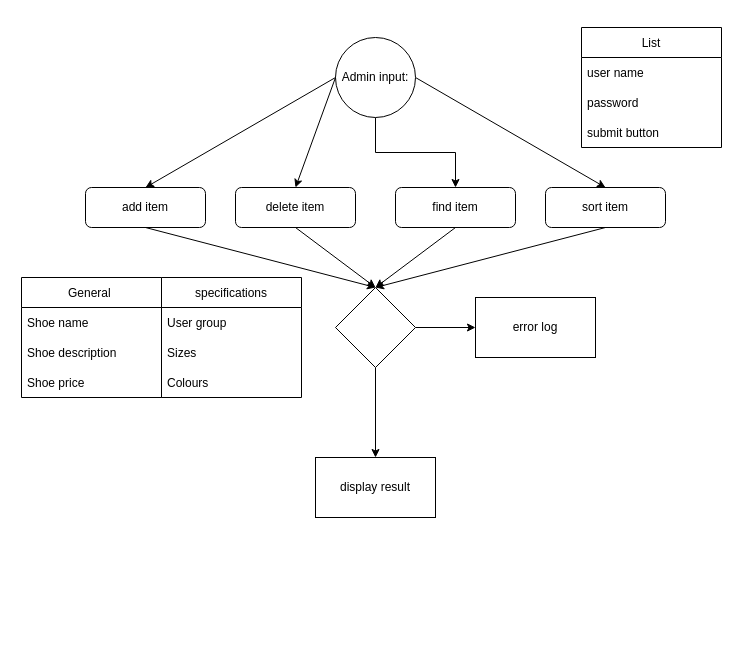
Earlier version of the draw.io diagram page "Page-1" (1 of 2) of SportyShoes - Flow chart.drawio (vishnugautam/Sporty-Shoes). Source tidied: cells renumbered, new cells numbered last; positions are measured from the earlier drawing's top-left corner, leaving out a move shared by most shapes. Both pictures are drawn from the tidied source at 100%, with x=0, y=0 at pixel (21, 27).
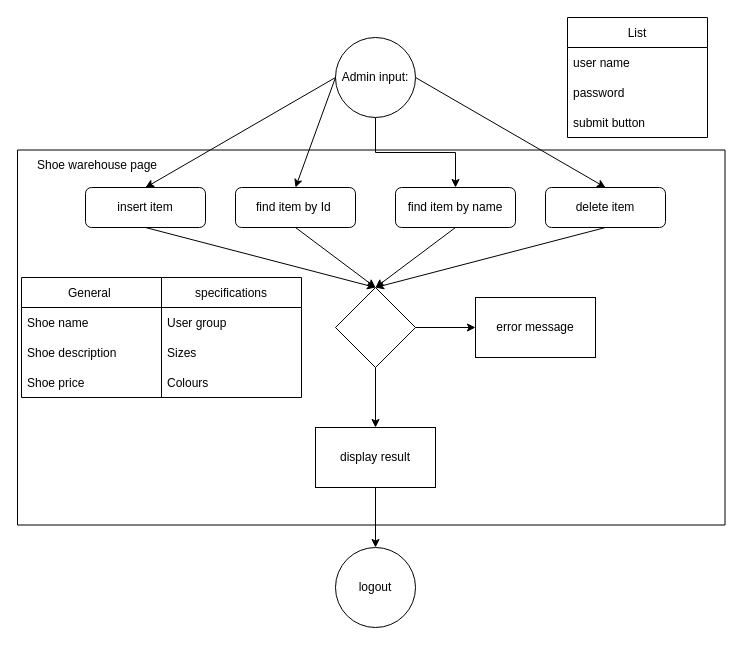
After the change.

Commit message (it also covers changes not shown here):
reworked on the flowchart

Change to the diagram source:
```diff
@@
+    <mxCell id="32" style="swimlane;startSize=0;" parent="1" vertex="1">
+      <mxGeometry x="-4" y="122.5" width="707.5" height="375" as="geometry" />
+    </mxCell>
+    <mxCell id="33" value="Shoe warehouse page" style="text;html=1;strokeColor=none;fillColor=none;align=center;verticalAlign=middle;whiteSpace=wrap;rounded=0;" parent="32" vertex="1">
+      <mxGeometry x="10" width="140" height="30" as="geometry" />
+    </mxCell>
+    <mxCell id="28" value="&amp;nbsp;display result&amp;nbsp;" style="whiteSpace=wrap;html=1;" parent="32" vertex="1">
+      <mxGeometry x="298" y="277.5" width="120" height="60" as="geometry" />
+    </mxCell>
@@
-    <mxCell id="3" value="add item" style="rounded=1;whiteSpace=wrap;html=1;fontSize=12;glass=0;strokeWidth=1;shadow=0;" parent="1" vertex="1">
+    <mxCell id="3" value="insert item" style="rounded=1;whiteSpace=wrap;html=1;fontSize=12;glass=0;strokeWidth=1;shadow=0;" parent="1" vertex="1">
       <mxGeometry x="64" y="160" width="120" height="40" as="geometry" />
     </mxCell>
@@
     <mxCell id="6" value="List" style="swimlane;fontStyle=0;horizontal=1;startSize=30;" parent="1" vertex="1">
-      <mxGeometry x="560" width="140" height="120" as="geometry" />
+      <mxGeometry x="546" y="-10" width="140" height="120" as="geometry" />
     </mxCell>
@@
-    <mxCell id="21" value="delete item" style="rounded=1;whiteSpace=wrap;html=1;fontSize=12;glass=0;strokeWidth=1;shadow=0;" parent="1" vertex="1">
+    <mxCell id="21" value="find item by Id&amp;nbsp;" style="rounded=1;whiteSpace=wrap;html=1;fontSize=12;glass=0;strokeWidth=1;shadow=0;" parent="1" vertex="1">
       <mxGeometry x="214" y="160" width="120" height="40" as="geometry" />
     </mxCell>
-    <mxCell id="22" value="find item" style="rounded=1;whiteSpace=wrap;html=1;fontSize=12;glass=0;strokeWidth=1;shadow=0;" parent="1" vertex="1">
+    <mxCell id="22" value="find item by name" style="rounded=1;whiteSpace=wrap;html=1;fontSize=12;glass=0;strokeWidth=1;shadow=0;" parent="1" vertex="1">
       <mxGeometry x="374" y="160" width="120" height="40" as="geometry" />
     </mxCell>
-    <mxCell id="23" value="sort item" style="rounded=1;whiteSpace=wrap;html=1;fontSize=12;glass=0;strokeWidth=1;shadow=0;" parent="1" vertex="1">
+    <mxCell id="23" value="delete item" style="rounded=1;whiteSpace=wrap;html=1;fontSize=12;glass=0;strokeWidth=1;shadow=0;" parent="1" vertex="1">
       <mxGeometry x="524" y="160" width="120" height="40" as="geometry" />
     </mxCell>
@@
-    <mxCell id="28" value="&amp;nbsp;display result&amp;nbsp;" style="whiteSpace=wrap;html=1;" parent="1" vertex="1">
-      <mxGeometry x="294" y="430" width="120" height="60" as="geometry" />
-    </mxCell>
-    <mxCell id="29" value="error log" style="whiteSpace=wrap;html=1;" parent="1" vertex="1">
+    <mxCell id="29" value="error message" style="whiteSpace=wrap;html=1;" parent="1" vertex="1">
       <mxGeometry x="454" y="270" width="120" height="60" as="geometry" />
     </mxCell>
@@
+    <mxCell id="34" value="logout" style="ellipse;whiteSpace=wrap;html=1;" parent="1" vertex="1">
+      <mxGeometry x="314" y="520" width="80" height="80" as="geometry" />
+    </mxCell>
+    <mxCell id="35" style="edgeStyle=orthogonalEdgeStyle;rounded=0;jettySize=auto;html=1;" parent="1" edge="1" source="28" target="34">
+      <mxGeometry relative="1" as="geometry" />
+    </mxCell>
```
